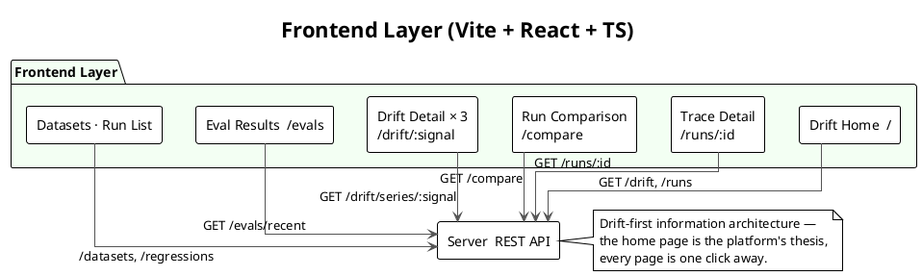
chambai/AgentAid keeps this PlantUML diagram as docs/diagrams/frontend-layer.png. Above is the earlier version. Source of this version:
```plantuml
@startuml frontend-layer
!theme plain
skinparam backgroundColor white
skinparam componentStyle rectangle
skinparam linetype ortho
skinparam packageBackgroundColor #f3fff3
skinparam componentBackgroundColor #ffffff
skinparam ArrowColor #555555

title Frontend Layer (Vite + React + TS)

[Server  REST API] as Api

package "Frontend Layer" #f3fff3 {
  [Drift Home  /] as Home
  [Trace Detail\n/runs/:id] as Trace
  [Run Comparison\n/compare] as Compare
  [Drift Detail × 3\n/drift/:signal] as DriftPage
  [Eval Results  /evals] as Evals
  [Datasets · Run List] as Other
}

Home --> Api : GET /drift, /runs
Trace --> Api : GET /runs/:id
Compare --> Api : GET /compare
DriftPage --> Api : GET /drift/series/:signal
Evals --> Api : GET /evals/recent
Other --> Api : /datasets, /regressions

note right of Api
  Drift-first information architecture —
  the home page is the platform's thesis,
  every page is one click away.
end note

@enduml
```
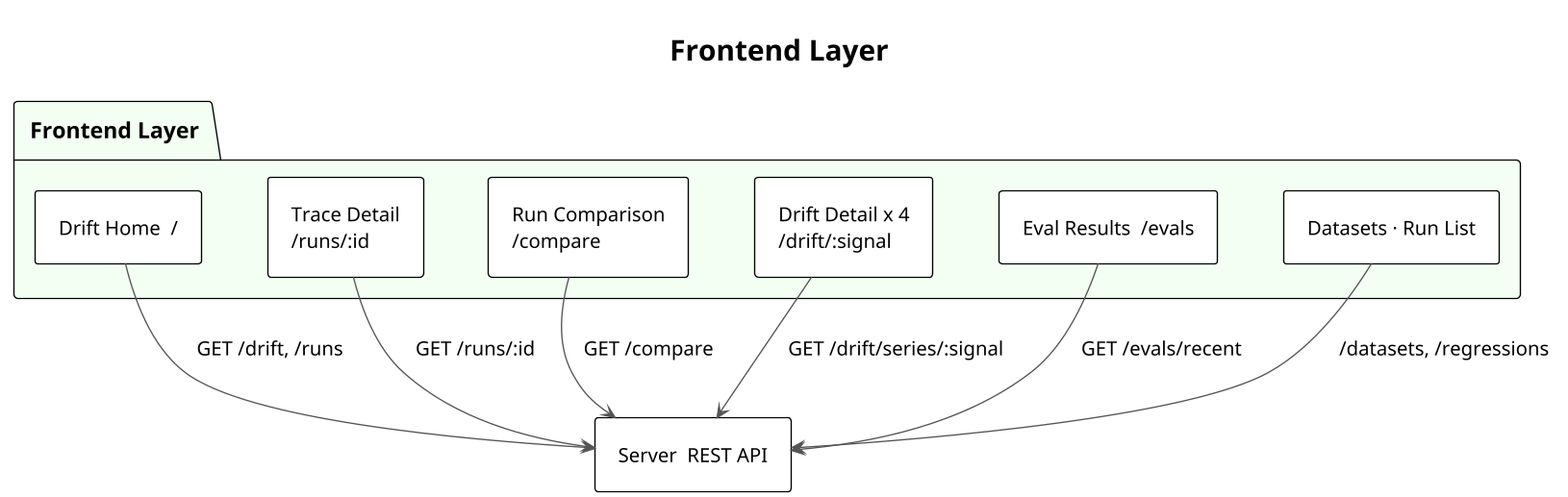
The same diagram one commit later.

Commit message:
update walkthrough captions and architecture frames

Change to the diagram source:
```diff
@@ -2,12 +2,19 @@
 !theme plain
 skinparam backgroundColor white
 skinparam componentStyle rectangle
-skinparam linetype ortho
+skinparam dpi 130
 skinparam packageBackgroundColor #f3fff3
 skinparam componentBackgroundColor #ffffff
 skinparam ArrowColor #555555
+skinparam defaultFontName Helvetica
+skinparam defaultFontSize 15
+skinparam packageFontSize 17
+skinparam packageFontStyle bold
+skinparam nodesep 50
+skinparam ranksep 70
+skinparam padding 8
 
-title Frontend Layer (Vite + React + TS)
+title Frontend Layer
 
 [Server  REST API] as Api
 
@@ -15,7 +22,7 @@
   [Drift Home  /] as Home
   [Trace Detail\n/runs/:id] as Trace
   [Run Comparison\n/compare] as Compare
-  [Drift Detail × 3\n/drift/:signal] as DriftPage
+  [Drift Detail x 4\n/drift/:signal] as DriftPage
   [Eval Results  /evals] as Evals
   [Datasets · Run List] as Other
 }
@@ -27,10 +34,4 @@
 Evals --> Api : GET /evals/recent
 Other --> Api : /datasets, /regressions
 
-note right of Api
-  Drift-first information architecture —
-  the home page is the platform's thesis,
-  every page is one click away.
-end note
-
 @enduml
```
